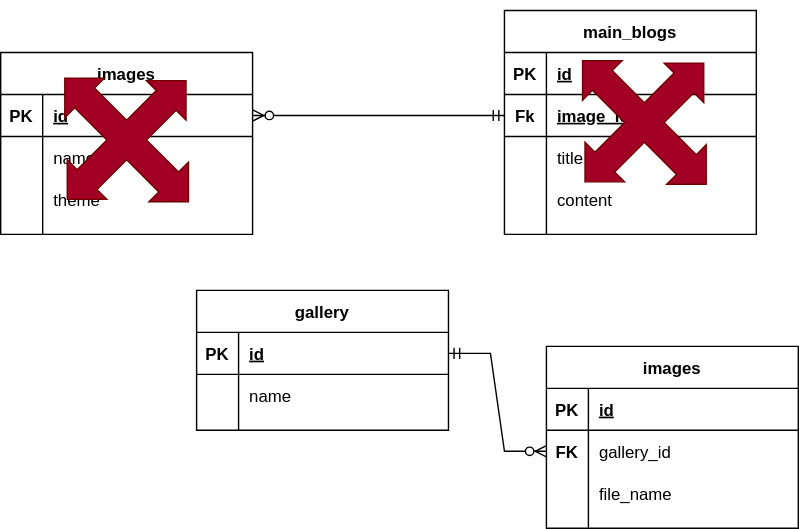
The draw.io diagram database.svg in Roman-cpp/site_branko, before a commit. Source tidied: cells renumbered, new cells last; positions are measured from the earlier drawing's top-left corner, leaving out a move shared by most shapes.
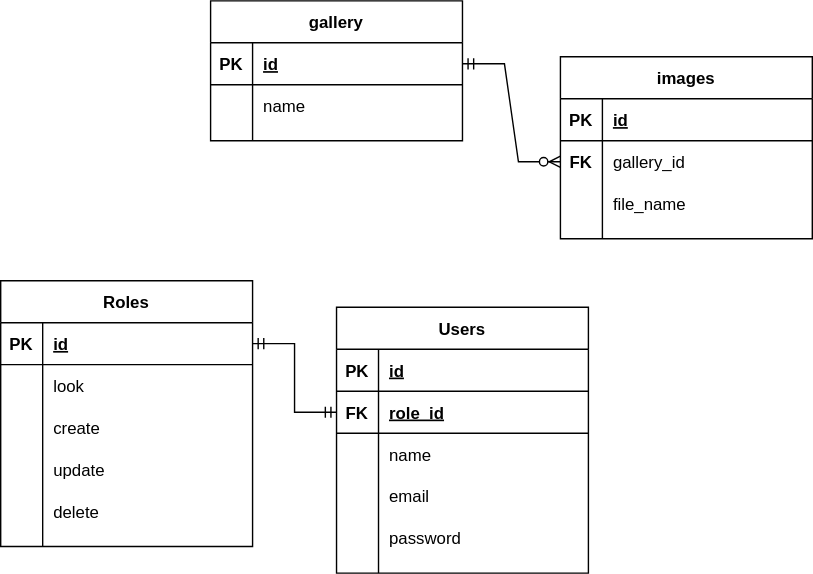
Above is the later version.

What changed in the source:
```diff
@@ -2,81 +2,6 @@
   <root>
     <mxCell id="0" />
     <mxCell id="1" parent="0" />
-    <mxCell id="2" value="images" style="shape=table;startSize=30;rowLines=0;fontStyle=1;align=center;" parent="1" vertex="1">
-      <mxGeometry y="30" width="180" height="130" as="geometry" />
-    </mxCell>
-    <mxCell id="3" style="shape=partialRectangle;fillColor=none;top=0;left=0;bottom=1;right=0;points=[[0,0.5],[1,0.5]];portConstraint=eastwest;" parent="2" vertex="1">
-      <mxGeometry y="30" width="180" height="30" as="geometry" />
-    </mxCell>
-    <mxCell id="4" value="PK" style="shape=partialRectangle;fillColor=none;top=0;left=0;bottom=0;right=0;fontStyle=1;overflow=hidden;" parent="3" vertex="1">
-      <mxGeometry width="30" height="30" as="geometry" />
-    </mxCell>
-    <mxCell id="5" value="id" style="shape=partialRectangle;fillColor=none;top=0;left=0;bottom=0;right=0;align=left;spacingLeft=6;fontStyle=5;overflow=hidden;" parent="3" vertex="1">
-      <mxGeometry x="30" width="150" height="30" as="geometry" />
-    </mxCell>
-    <mxCell id="6" style="shape=partialRectangle;fillColor=none;top=0;left=0;bottom=0;right=0;" parent="2" vertex="1">
-      <mxGeometry y="60" width="180" height="30" as="geometry" />
-    </mxCell>
-    <mxCell id="7" style="shape=partialRectangle;fillColor=none;top=0;left=0;bottom=0;right=0;overflow=hidden;" parent="6" vertex="1">
-      <mxGeometry width="30" height="30" as="geometry" />
-    </mxCell>
-    <mxCell id="8" value="name" style="shape=partialRectangle;fillColor=none;top=0;left=0;bottom=0;right=0;align=left;spacingLeft=6;overflow=hidden;" parent="6" vertex="1">
-      <mxGeometry x="30" width="150" height="30" as="geometry" />
-    </mxCell>
-    <mxCell id="9" style="shape=partialRectangle;fillColor=none;top=0;left=0;bottom=0;right=0;" parent="2" vertex="1">
-      <mxGeometry y="90" width="180" height="30" as="geometry" />
-    </mxCell>
-    <mxCell id="10" style="shape=partialRectangle;fillColor=none;top=0;left=0;bottom=0;right=0;overflow=hidden;" parent="9" vertex="1">
-      <mxGeometry width="30" height="30" as="geometry" />
-    </mxCell>
-    <mxCell id="11" value="theme" style="shape=partialRectangle;fillColor=none;top=0;left=0;bottom=0;right=0;align=left;spacingLeft=6;overflow=hidden;" parent="9" vertex="1">
-      <mxGeometry x="30" width="150" height="30" as="geometry" />
-    </mxCell>
-    <mxCell id="12" value="main_blogs" style="shape=table;startSize=30;rowLines=0;fontStyle=1;align=center;" parent="1" vertex="1">
-      <mxGeometry x="360" width="180" height="160" as="geometry" />
-    </mxCell>
-    <mxCell id="13" style="shape=partialRectangle;fillColor=none;top=0;left=0;bottom=1;right=0;" parent="12" vertex="1">
-      <mxGeometry y="30" width="180" height="30" as="geometry" />
-    </mxCell>
-    <mxCell id="14" value="PK" style="shape=partialRectangle;fillColor=none;top=0;left=0;bottom=0;right=0;fontStyle=1;overflow=hidden;" parent="13" vertex="1">
-      <mxGeometry width="30" height="30" as="geometry" />
-    </mxCell>
-    <mxCell id="15" value="id" style="shape=partialRectangle;fillColor=none;top=0;left=0;bottom=0;right=0;align=left;spacingLeft=6;fontStyle=5;overflow=hidden;" parent="13" vertex="1">
-      <mxGeometry x="30" width="150" height="30" as="geometry" />
-    </mxCell>
-    <mxCell id="16" style="shape=partialRectangle;fillColor=none;top=0;left=0;bottom=1;right=0;points=[[0,0.5],[1,0.5]];portConstraint=eastwest;" parent="12" vertex="1">
-      <mxGeometry y="60" width="180" height="30" as="geometry" />
-    </mxCell>
-    <mxCell id="17" value="Fk" style="shape=partialRectangle;fillColor=none;top=0;left=0;bottom=0;right=0;fontStyle=1;overflow=hidden;" parent="16" vertex="1">
-      <mxGeometry width="30" height="30" as="geometry" />
-    </mxCell>
-    <mxCell id="18" value="image_id" style="shape=partialRectangle;fillColor=none;top=0;left=0;bottom=0;right=0;align=left;spacingLeft=6;fontStyle=5;overflow=hidden;" parent="16" vertex="1">
-      <mxGeometry x="30" width="150" height="30" as="geometry" />
-    </mxCell>
-    <mxCell id="19" style="shape=partialRectangle;fillColor=none;top=0;left=0;bottom=0;right=0;" parent="12" vertex="1">
-      <mxGeometry y="90" width="180" height="30" as="geometry" />
-    </mxCell>
-    <mxCell id="20" style="shape=partialRectangle;fillColor=none;top=0;left=0;bottom=0;right=0;overflow=hidden;" parent="19" vertex="1">
-      <mxGeometry width="30" height="30" as="geometry" />
-    </mxCell>
-    <mxCell id="21" value="title" style="shape=partialRectangle;fillColor=none;top=0;left=0;bottom=0;right=0;align=left;spacingLeft=6;overflow=hidden;" parent="19" vertex="1">
-      <mxGeometry x="30" width="150" height="30" as="geometry" />
-    </mxCell>
-    <mxCell id="22" style="shape=partialRectangle;fillColor=none;top=0;left=0;bottom=0;right=0;" parent="12" vertex="1">
-      <mxGeometry y="120" width="180" height="30" as="geometry" />
-    </mxCell>
-    <mxCell id="23" style="shape=partialRectangle;fillColor=none;top=0;left=0;bottom=0;right=0;overflow=hidden;" parent="22" vertex="1">
-      <mxGeometry width="30" height="30" as="geometry" />
-    </mxCell>
-    <mxCell id="24" value="content" style="shape=partialRectangle;fillColor=none;top=0;left=0;bottom=0;right=0;align=left;spacingLeft=6;overflow=hidden;" parent="22" vertex="1">
-      <mxGeometry x="30" width="150" height="30" as="geometry" />
-    </mxCell>
-    <mxCell id="25" style="edgeStyle=entityRelationEdgeStyle;fontSize=12;html=1;endArrow=ERzeroToMany;startArrow=ERmandOne;rounded=0;entryX=1;entryY=0.5;entryDx=0;entryDy=0;exitX=0;exitY=0.5;exitDx=0;exitDy=0;" parent="1" edge="1" source="16" target="3">
-      <mxGeometry relative="1" as="geometry" />
-    </mxCell>
-    <mxCell id="26" style="html=1;shadow=0;dashed=0;align=center;verticalAlign=middle;shape=mxgraph.arrows2.quadArrow;dy=10;dx=20;notch=24;arrowHead=10;rotation=-45;fillColor=#a20025;fontColor=#ffffff;strokeColor=#6F0000;" parent="1" vertex="1">
-      <mxGeometry x="30" y="30" width="120" height="125" as="geometry" />
-    </mxCell>
     <mxCell id="27" value="gallery" style="shape=table;startSize=30;rowLines=0;fontStyle=1;align=center;" parent="1" vertex="1">
       <mxGeometry x="140" y="200" width="180" height="100" as="geometry" />
     </mxCell>
@@ -131,8 +56,104 @@
     <mxCell id="44" style="edgeStyle=entityRelationEdgeStyle;fontSize=12;html=1;endArrow=ERzeroToMany;startArrow=ERmandOne;rounded=0;entryX=0;entryY=0.5;entryDx=0;entryDy=0;" parent="1" edge="1" source="28" target="38">
       <mxGeometry relative="1" as="geometry" />
     </mxCell>
-    <mxCell id="45" style="html=1;shadow=0;dashed=0;align=center;verticalAlign=middle;shape=mxgraph.arrows2.quadArrow;dy=10;dx=20;notch=24;arrowHead=10;rotation=-45;fillColor=#a20025;fontColor=#ffffff;strokeColor=#6F0000;" parent="1" vertex="1">
-      <mxGeometry x="400" y="17.5" width="120" height="125" as="geometry" />
+    <mxCell id="45" value="Users" style="shape=table;startSize=30;rowLines=0;fontStyle=1;align=center;" parent="1" vertex="1">
+      <mxGeometry x="230" y="419" width="180" height="190" as="geometry" />
     </mxCell>
+    <mxCell id="46" style="shape=partialRectangle;fillColor=none;top=0;left=0;bottom=1;right=0;" parent="45" vertex="1">
+      <mxGeometry y="30" width="180" height="30" as="geometry" />
+    </mxCell>
+    <mxCell id="47" value="PK" style="shape=partialRectangle;fillColor=none;top=0;left=0;bottom=0;right=0;fontStyle=1;overflow=hidden;" parent="46" vertex="1">
+      <mxGeometry width="30" height="30" as="geometry" />
+    </mxCell>
+    <mxCell id="48" value="id" style="shape=partialRectangle;fillColor=none;top=0;left=0;bottom=0;right=0;align=left;spacingLeft=6;fontStyle=5;overflow=hidden;" parent="46" vertex="1">
+      <mxGeometry x="30" width="150" height="30" as="geometry" />
+    </mxCell>
+    <mxCell id="16" style="shape=partialRectangle;fillColor=none;top=0;left=0;bottom=1;right=0;points=[[0,0.5],[1,0.5]];portConstraint=eastwest;" parent="45" vertex="1">
+      <mxGeometry y="60" width="180" height="30" as="geometry" />
+    </mxCell>
+    <mxCell id="49" value="FK" style="shape=partialRectangle;fillColor=none;top=0;left=0;bottom=0;right=0;fontStyle=1;overflow=hidden;" parent="16" vertex="1">
+      <mxGeometry width="30" height="30" as="geometry" />
+    </mxCell>
+    <mxCell id="50" value="role_id" style="shape=partialRectangle;fillColor=none;top=0;left=0;bottom=0;right=0;align=left;spacingLeft=6;fontStyle=5;overflow=hidden;" parent="16" vertex="1">
+      <mxGeometry x="30" width="150" height="30" as="geometry" />
+    </mxCell>
+    <mxCell id="51" style="shape=partialRectangle;fillColor=none;top=0;left=0;bottom=0;right=0;" parent="45" vertex="1">
+      <mxGeometry y="90" width="180" height="30" as="geometry" />
+    </mxCell>
+    <mxCell id="52" style="shape=partialRectangle;fillColor=none;top=0;left=0;bottom=0;right=0;overflow=hidden;" parent="51" vertex="1">
+      <mxGeometry width="30" height="30" as="geometry" />
+    </mxCell>
+    <mxCell id="8" value="name" style="shape=partialRectangle;fillColor=none;top=0;left=0;bottom=0;right=0;align=left;spacingLeft=6;overflow=hidden;" parent="51" vertex="1">
+      <mxGeometry x="30" width="150" height="30" as="geometry" />
+    </mxCell>
+    <mxCell id="53" style="shape=partialRectangle;fillColor=none;top=0;left=0;bottom=0;right=0;" parent="45" vertex="1">
+      <mxGeometry y="120" width="180" height="30" as="geometry" />
+    </mxCell>
+    <mxCell id="54" style="shape=partialRectangle;fillColor=none;top=0;left=0;bottom=0;right=0;overflow=hidden;" parent="53" vertex="1">
+      <mxGeometry width="30" height="30" as="geometry" />
+    </mxCell>
+    <mxCell id="55" value="email" style="shape=partialRectangle;fillColor=none;top=0;left=0;bottom=0;right=0;align=left;spacingLeft=6;overflow=hidden;" parent="53" vertex="1">
+      <mxGeometry x="30" width="150" height="30" as="geometry" />
+    </mxCell>
+    <mxCell id="56" style="shape=partialRectangle;fillColor=none;top=0;left=0;bottom=0;right=0;" parent="45" vertex="1">
+      <mxGeometry y="150" width="180" height="30" as="geometry" />
+    </mxCell>
+    <mxCell id="57" style="shape=partialRectangle;fillColor=none;top=0;left=0;bottom=0;right=0;overflow=hidden;" parent="56" vertex="1">
+      <mxGeometry width="30" height="30" as="geometry" />
+    </mxCell>
+    <mxCell id="58" value="password" style="shape=partialRectangle;fillColor=none;top=0;left=0;bottom=0;right=0;align=left;spacingLeft=6;overflow=hidden;" parent="56" vertex="1">
+      <mxGeometry x="30" width="150" height="30" as="geometry" />
+    </mxCell>
+    <mxCell id="59" value="Roles" style="shape=table;startSize=30;rowLines=0;fontStyle=1;align=center;" parent="1" vertex="1">
+      <mxGeometry x="-10" y="400" width="180" height="190" as="geometry" />
+    </mxCell>
+    <mxCell id="60" style="shape=partialRectangle;fillColor=none;top=0;left=0;bottom=1;right=0;points=[[0,0.5],[1,0.5]];portConstraint=eastwest;" parent="59" vertex="1">
+      <mxGeometry y="30" width="180" height="30" as="geometry" />
+    </mxCell>
+    <mxCell id="61" value="PK" style="shape=partialRectangle;fillColor=none;top=0;left=0;bottom=0;right=0;fontStyle=1;overflow=hidden;" parent="60" vertex="1">
+      <mxGeometry width="30" height="30" as="geometry" />
+    </mxCell>
+    <mxCell id="62" value="id" style="shape=partialRectangle;fillColor=none;top=0;left=0;bottom=0;right=0;align=left;spacingLeft=6;fontStyle=5;overflow=hidden;" parent="60" vertex="1">
+      <mxGeometry x="30" width="150" height="30" as="geometry" />
+    </mxCell>
+    <mxCell id="6" style="shape=partialRectangle;fillColor=none;top=0;left=0;bottom=0;right=0;" parent="59" vertex="1">
+      <mxGeometry y="60" width="180" height="30" as="geometry" />
+    </mxCell>
+    <mxCell id="63" style="shape=partialRectangle;fillColor=none;top=0;left=0;bottom=0;right=0;overflow=hidden;" parent="6" vertex="1">
+      <mxGeometry width="30" height="30" as="geometry" />
+    </mxCell>
+    <mxCell id="64" value="look" style="shape=partialRectangle;fillColor=none;top=0;left=0;bottom=0;right=0;align=left;spacingLeft=6;overflow=hidden;" parent="6" vertex="1">
+      <mxGeometry x="30" width="150" height="30" as="geometry" />
+    </mxCell>
+    <mxCell id="65" style="shape=partialRectangle;fillColor=none;top=0;left=0;bottom=0;right=0;" parent="59" vertex="1">
+      <mxGeometry y="90" width="180" height="30" as="geometry" />
+    </mxCell>
+    <mxCell id="66" style="shape=partialRectangle;fillColor=none;top=0;left=0;bottom=0;right=0;overflow=hidden;" parent="65" vertex="1">
+      <mxGeometry width="30" height="30" as="geometry" />
+    </mxCell>
+    <mxCell id="67" value="create" style="shape=partialRectangle;fillColor=none;top=0;left=0;bottom=0;right=0;align=left;spacingLeft=6;overflow=hidden;" parent="65" vertex="1">
+      <mxGeometry x="30" width="150" height="30" as="geometry" />
+    </mxCell>
+    <mxCell id="68" style="shape=partialRectangle;fillColor=none;top=0;left=0;bottom=0;right=0;" parent="59" vertex="1">
+      <mxGeometry y="120" width="180" height="30" as="geometry" />
+    </mxCell>
+    <mxCell id="69" style="shape=partialRectangle;fillColor=none;top=0;left=0;bottom=0;right=0;overflow=hidden;" parent="68" vertex="1">
+      <mxGeometry width="30" height="30" as="geometry" />
+    </mxCell>
+    <mxCell id="70" value="update" style="shape=partialRectangle;fillColor=none;top=0;left=0;bottom=0;right=0;align=left;spacingLeft=6;overflow=hidden;" parent="68" vertex="1">
+      <mxGeometry x="30" width="150" height="30" as="geometry" />
+    </mxCell>
+    <mxCell id="71" style="shape=partialRectangle;fillColor=none;top=0;left=0;bottom=0;right=0;" parent="59" vertex="1">
+      <mxGeometry y="150" width="180" height="30" as="geometry" />
+    </mxCell>
+    <mxCell id="72" style="shape=partialRectangle;fillColor=none;top=0;left=0;bottom=0;right=0;overflow=hidden;" parent="71" vertex="1">
+      <mxGeometry width="30" height="30" as="geometry" />
+    </mxCell>
+    <mxCell id="73" value="delete" style="shape=partialRectangle;fillColor=none;top=0;left=0;bottom=0;right=0;align=left;spacingLeft=6;overflow=hidden;" parent="71" vertex="1">
+      <mxGeometry x="30" width="150" height="30" as="geometry" />
+    </mxCell>
+    <mxCell id="74" style="edgeStyle=entityRelationEdgeStyle;fontSize=12;html=1;endArrow=ERmandOne;startArrow=ERmandOne;rounded=0;entryX=0;entryY=0.5;entryDx=0;entryDy=0;exitX=1;exitY=0.5;exitDx=0;exitDy=0;" parent="1" edge="1" source="60" target="16">
+      <mxGeometry relative="1" as="geometry" />
+    </mxCell>
   </root>
 </mxGraphModel>
```
